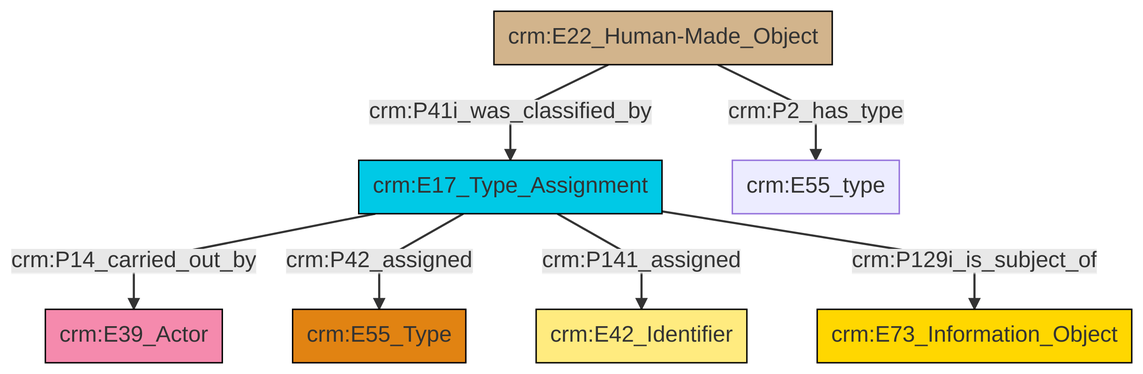
Above: et/builtWorkCSV/ttl/mmd/png/Built_Work_designation_status.png in swiss-art-research-net/docs.swissartresearch (Mermaid), before the change. Its source is kept beside it as et/builtWorkCSV/ttl/mmd/Built_Work_designation_status.ttl.mmd.
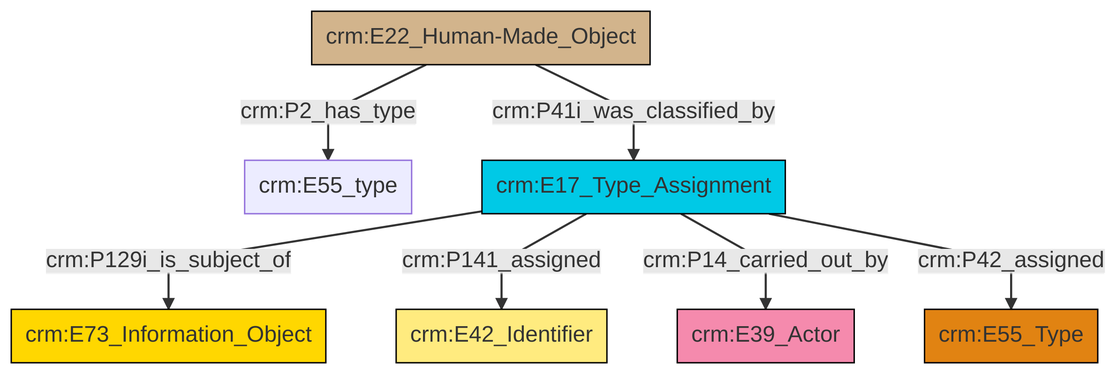
The same diagram one commit later.

The edit, as a diff of the source:
```diff
@@ -13,9 +13,9 @@
 classDef PC_Classes fill:#4ce600, stroke:#000000;
 classDef Multi fill:#cccccc,stroke:#000000;
 
-2["crm:E17_Type_Assignment"]:::Temporal_Entity -->|crm:P14_carried_out_by| 4["crm:E39_Actor"]:::Actor
-5["crm:E22_Human-Made_Object"]:::Physical_Thing -->|crm:P41i_was_classified_by| 2["crm:E17_Type_Assignment"]:::Temporal_Entity
-2["crm:E17_Type_Assignment"]:::Temporal_Entity -->|crm:P42_assigned| 6["crm:E55_Type"]:::Type
-5["crm:E22_Human-Made_Object"]:::Physical_Thing -->|crm:P2_has_type| 8["crm:E55_type"]:::Default
-2["crm:E17_Type_Assignment"]:::Temporal_Entity -->|crm:P141_assigned| 0["crm:E42_Identifier"]:::Appellation
-2["crm:E17_Type_Assignment"]:::Temporal_Entity -->|crm:P129i_is_subject_of| 12["crm:E73_Information_Object"]:::Conceptual_Object
+0["crm:E22_Human-Made_Object"]:::Physical_Thing -->|crm:P2_has_type| 1["crm:E55_type"]:::Default
+4["crm:E17_Type_Assignment"]:::Temporal_Entity -->|crm:P129i_is_subject_of| 2["crm:E73_Information_Object"]:::Conceptual_Object
+0["crm:E22_Human-Made_Object"]:::Physical_Thing -->|crm:P41i_was_classified_by| 4["crm:E17_Type_Assignment"]:::Temporal_Entity
+4["crm:E17_Type_Assignment"]:::Temporal_Entity -->|crm:P141_assigned| 5["crm:E42_Identifier"]:::Appellation
+4["crm:E17_Type_Assignment"]:::Temporal_Entity -->|crm:P14_carried_out_by| 8["crm:E39_Actor"]:::Actor
+4["crm:E17_Type_Assignment"]:::Temporal_Entity -->|crm:P42_assigned| 6["crm:E55_Type"]:::Type
```
